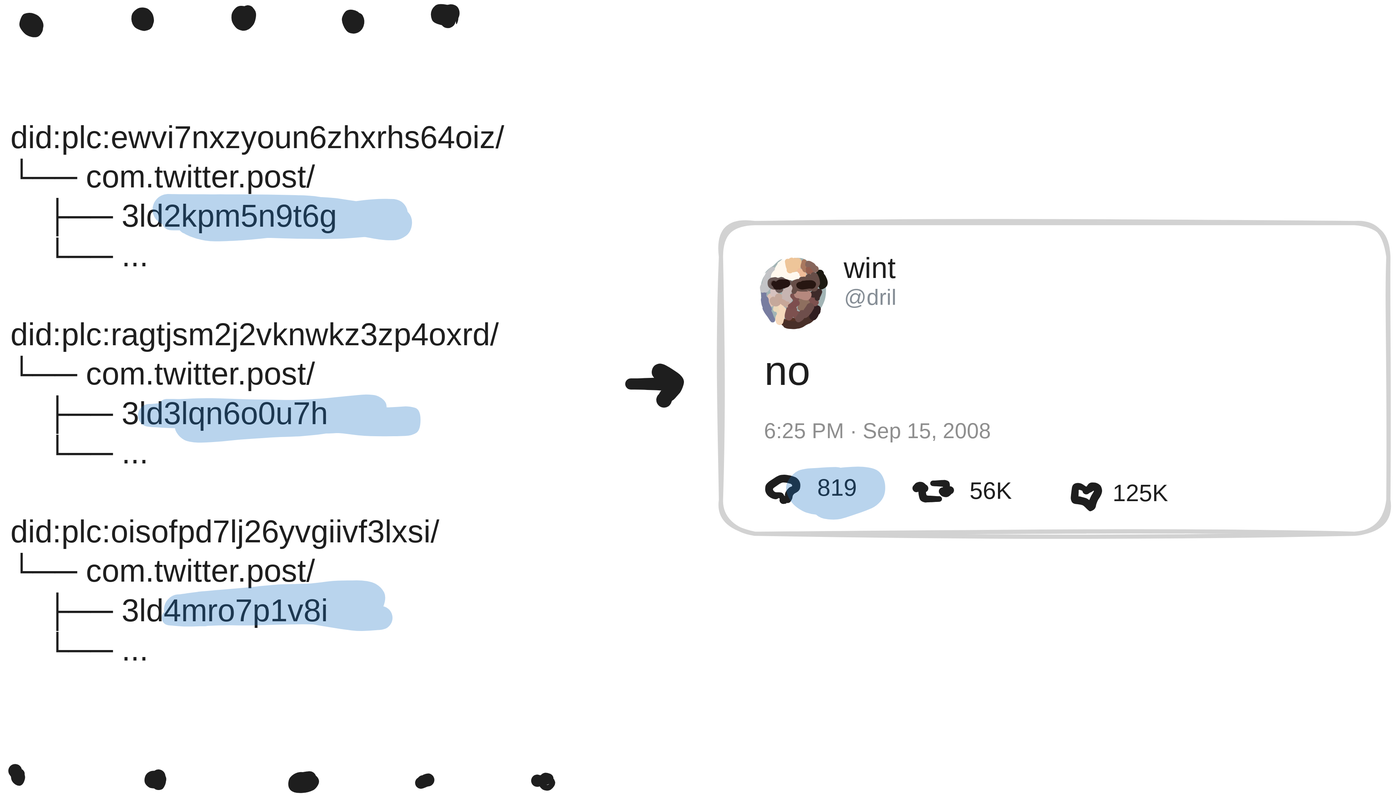
This is public/a-social-filesystem/19-full.svg from gaearon/overreacted.io, a Excalidraw export, as it was before one commit. Source tidied: one line per element, renumbered; positions are measured from the earlier drawing's top-left corner, leaving out a move shared by most shapes.
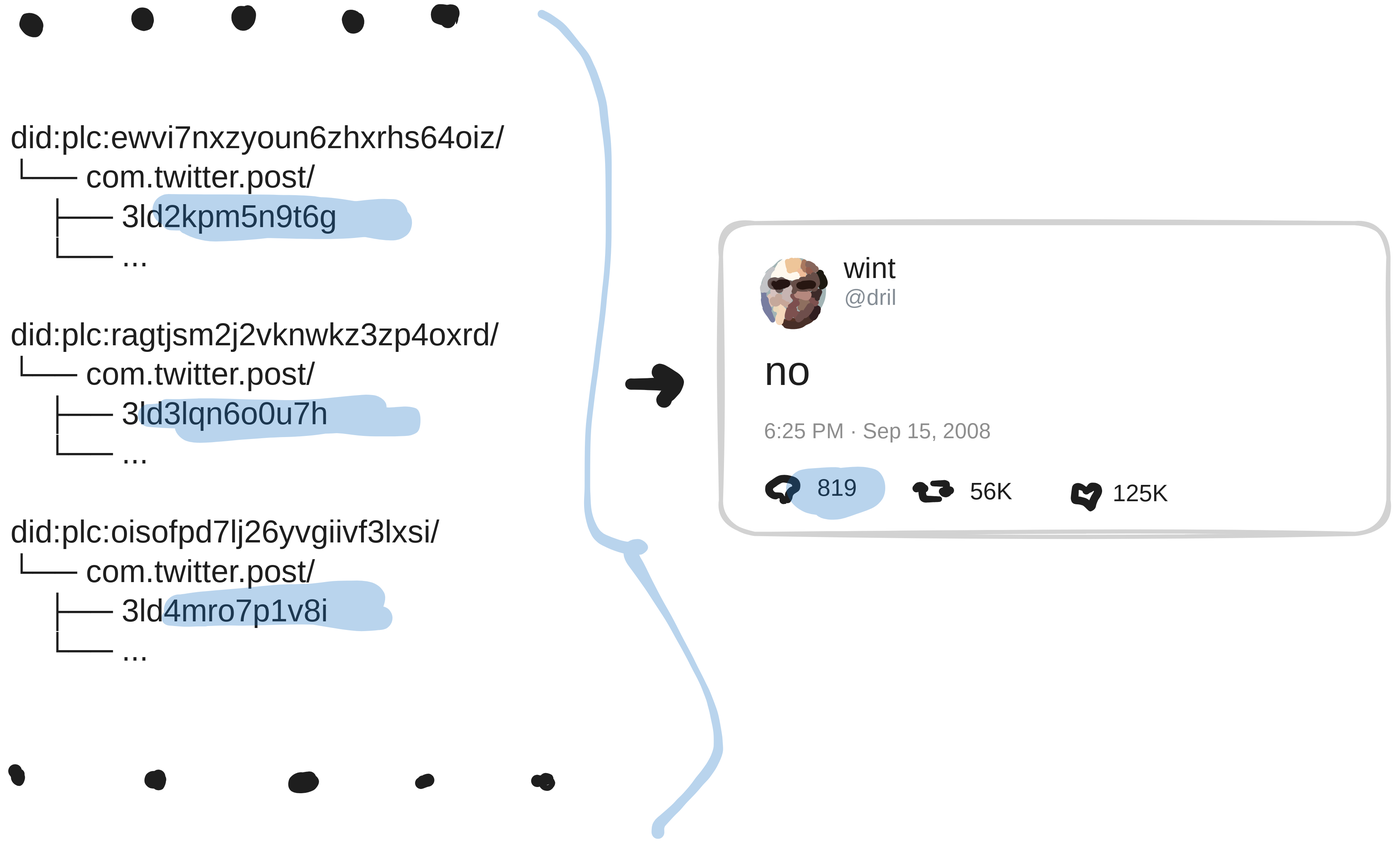
The same diagram one commit later.

The edit, as a diff of the source:
```diff
@@ -62,3 +62,4 @@
 {"id": 61, "type": "freedraw", "strokeColor": "#1971c2", "strokeWidth": 4, "roughness": 2, "opacity": 30, "x": 152, "y": 199, "width": 220, "height": 19, "points": [[0, 0], [114, 0], [172, 0], [184, -1], [208, -6], [180, -5], [49, 8], [17, -1], [67, -7], [169, -6], [204, -2], [187, 1], [32, 7], [19, 2], [69, -1], [163, 0], [194, 0], [213, 1], [215, 3], [201, 4], [148, -6], [88, -10], [34, -10], [-2, -10]]}
 {"id": 62, "type": "freedraw", "strokeColor": "#1971c2", "strokeWidth": 4, "roughness": 2, "opacity": 30, "x": 148, "y": 375, "width": 250, "height": 22, "points": [[0, 0], [140, 0], [180, 0], [195, 0], [198, 1], [163, 10], [59, 21], [29, 22], [21, 20], [20, 16], [27, 12], [99, 10], [162, 10], [177, 10], [128, 12], [2, 10], [-10, 8], [66, 11], [181, 12], [221, 12], [231, 12], [231, 14], [189, 14], [163, 10], [146, 10], [134, 10]]}
 {"id": 63, "type": "freedraw", "strokeColor": "#1971c2", "strokeWidth": 4, "roughness": 2, "opacity": 30, "x": 150, "y": 575, "width": 200, "height": 21, "points": [[0, 0], [77, 0], [182, 0], [200, 0], [176, 0], [85, -12], [55, -15], [53, -13], [38, -7], [28, -5], [27, -6], [17, -7], [11, -7], [12, -8], [42, -11], [103, -18], [132, -18], [148, -20], [165, -20], [181, -20], [189, -19], [191, -16], [183, -13], [171, -12], [159, -10], [162, -10], [165, -10]]}
+{"id": 64, "type": "freedraw", "strokeColor": "#1971c2", "strokeWidth": 2, "roughness": 2, "opacity": 30, "x": 503, "y": 3, "width": 167, "height": 775, "points": [[0, 0], [26, 20], [48, 53], [58, 86], [62, 123], [63, 183], [56, 299], [43, 399], [43, 449], [46, 482], [57, 498], [75, 504], [91, 506], [95, 505], [93, 504], [86, 505], [84, 507], [84, 510], [97, 533], [124, 578], [149, 627], [162, 659], [167, 688], [161, 711], [141, 737], [120, 758], [111, 767], [110, 770], [110, 775]]}
```
